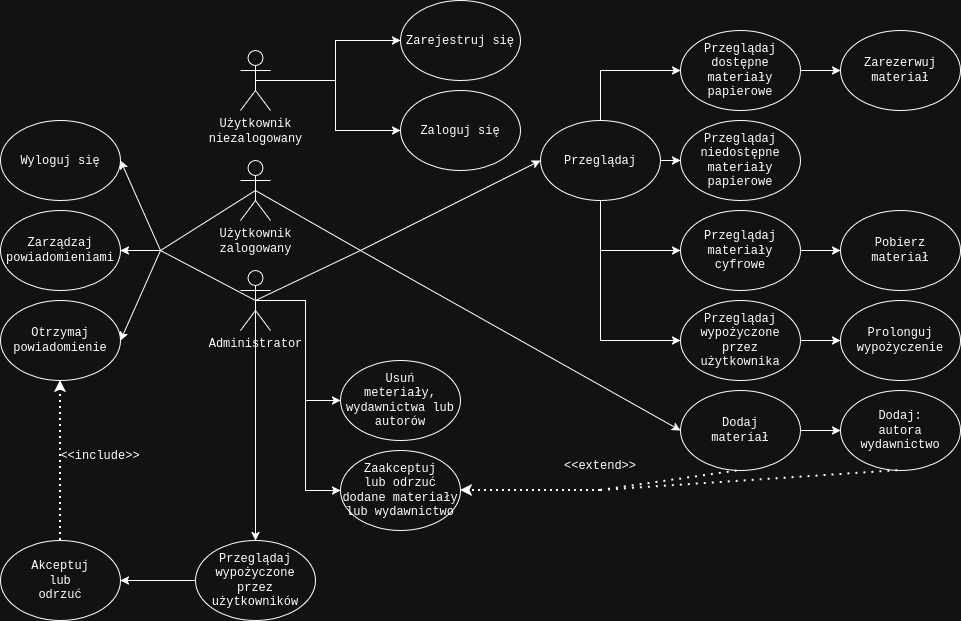
Earlier version of the draw.io export lab04/resources/diagramUzycia.png (Revilllo7/analysis-and-design-of-IT-systems-class). Source tidied: cells renumbered, new cells last; positions are measured from the earlier drawing's top-left corner, leaving out a move shared by most shapes.
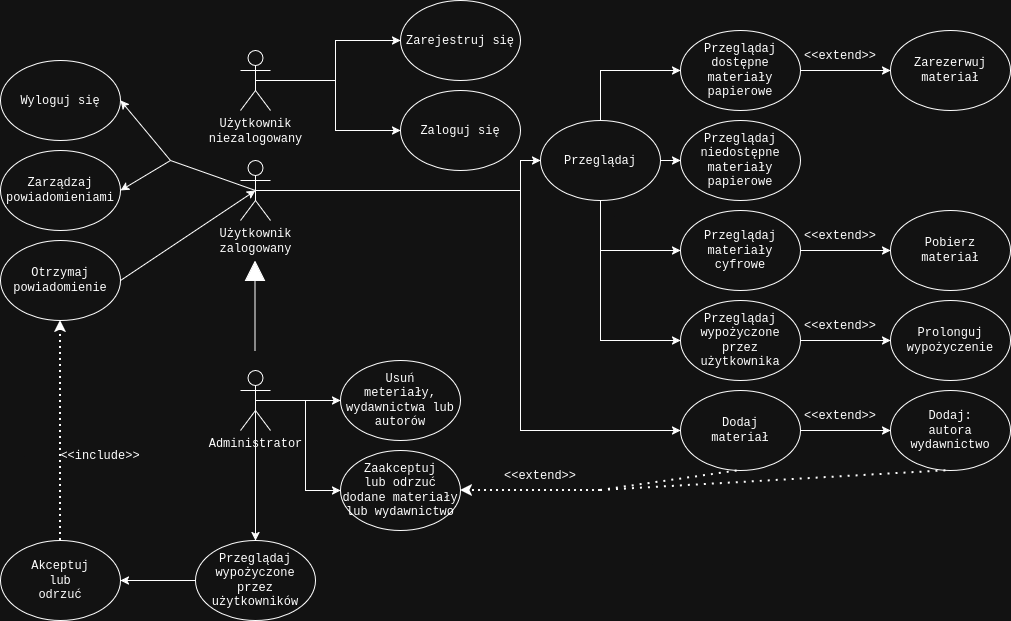
The same diagram one commit later.

Commit message:
include, exclude

The edit, as a diff of the source:
```diff
@@ -11,6 +11,22 @@
     <mxCell id="4" value="&lt;div&gt;Użytkownik&lt;/div&gt;&lt;div&gt;niezalogowany&lt;/div&gt;&lt;div&gt;&lt;br&gt;&lt;/div&gt;" style="shape=umlActor;verticalLabelPosition=bottom;verticalAlign=top;html=1;outlineConnect=0;" parent="1" vertex="1">
       <mxGeometry x="240" y="50" width="30" height="60" as="geometry" />
     </mxCell>
+    <mxCell id="53" style="edgeStyle=orthogonalEdgeStyle;rounded=0;jettySize=auto;html=1;exitX=0.5;exitY=0.5;exitDx=0;exitDy=0;exitPerimeter=0;entryX=0;entryY=0.5;entryDx=0;entryDy=0;" parent="1" edge="1" source="5" target="16">
+      <mxGeometry relative="1" as="geometry">
+        <Array as="points">
+          <mxPoint x="520" y="190" />
+          <mxPoint x="520" y="160" />
+        </Array>
+      </mxGeometry>
+    </mxCell>
+    <mxCell id="54" style="edgeStyle=orthogonalEdgeStyle;rounded=0;jettySize=auto;html=1;exitX=0.5;exitY=0.5;exitDx=0;exitDy=0;exitPerimeter=0;entryX=0;entryY=0.5;entryDx=0;entryDy=0;" parent="1" edge="1" source="5" target="28">
+      <mxGeometry relative="1" as="geometry">
+        <Array as="points">
+          <mxPoint x="520" y="190" />
+          <mxPoint x="520" y="430" />
+        </Array>
+      </mxGeometry>
+    </mxCell>
     <mxCell id="5" value="&lt;div&gt;Użytkownik&lt;/div&gt;&lt;div&gt;zalogowany&lt;/div&gt;" style="shape=umlActor;verticalLabelPosition=bottom;verticalAlign=top;html=1;outlineConnect=0;" parent="1" vertex="1">
       <mxGeometry x="240" y="160" width="30" height="60" as="geometry" />
     </mxCell>
@@ -24,7 +40,7 @@
       <mxGeometry relative="1" as="geometry" />
     </mxCell>
     <mxCell id="9" value="&lt;div&gt;Administrator&lt;/div&gt;" style="shape=umlActor;verticalLabelPosition=bottom;verticalAlign=top;html=1;outlineConnect=0;" parent="1" vertex="1">
-      <mxGeometry x="240" y="270" width="30" height="60" as="geometry" />
+      <mxGeometry x="240" y="370" width="30" height="60" as="geometry" />
     </mxCell>
     <mxCell id="10" value="Zarejestruj się" style="ellipse;whiteSpace=wrap;html=1;" parent="1" vertex="1">
       <mxGeometry x="400" width="120" height="80" as="geometry" />
@@ -63,7 +79,7 @@
       <mxGeometry x="680" y="120" width="120" height="80" as="geometry" />
     </mxCell>
     <mxCell id="22" value="&lt;div&gt;Zarezerwuj materiał&lt;/div&gt;" style="ellipse;whiteSpace=wrap;html=1;" parent="1" vertex="1">
-      <mxGeometry x="840" y="30" width="120" height="80" as="geometry" />
+      <mxGeometry x="890" y="30" width="120" height="80" as="geometry" />
     </mxCell>
     <mxCell id="23" style="edgeStyle=orthogonalEdgeStyle;rounded=0;jettySize=auto;html=1;exitX=1;exitY=0.5;exitDx=0;exitDy=0;entryX=0;entryY=0.5;entryDx=0;entryDy=0;" parent="1" edge="1" source="24" target="25">
       <mxGeometry relative="1" as="geometry" />
@@ -72,10 +88,10 @@
       <mxGeometry x="680" y="300" width="120" height="80" as="geometry" />
     </mxCell>
     <mxCell id="25" value="&lt;div&gt;Prolonguj&lt;/div&gt;&lt;div&gt;wypożyczenie&lt;/div&gt;" style="ellipse;whiteSpace=wrap;html=1;" parent="1" vertex="1">
-      <mxGeometry x="840" y="300" width="120" height="80" as="geometry" />
+      <mxGeometry x="890" y="300" width="120" height="80" as="geometry" />
     </mxCell>
     <mxCell id="26" value="&lt;div&gt;Pobierz&lt;/div&gt;&lt;div&gt;materiał&lt;/div&gt;" style="ellipse;whiteSpace=wrap;html=1;" parent="1" vertex="1">
-      <mxGeometry x="840" y="210" width="120" height="80" as="geometry" />
+      <mxGeometry x="890" y="210" width="120" height="80" as="geometry" />
     </mxCell>
     <mxCell id="27" style="edgeStyle=orthogonalEdgeStyle;rounded=0;jettySize=auto;html=1;exitX=1;exitY=0.5;exitDx=0;exitDy=0;entryX=0;entryY=0.5;entryDx=0;entryDy=0;" parent="1" edge="1" source="28" target="29">
       <mxGeometry relative="1" as="geometry" />
@@ -84,16 +100,16 @@
       <mxGeometry x="680" y="390" width="120" height="80" as="geometry" />
     </mxCell>
     <mxCell id="29" value="&lt;div&gt;Dodaj:&lt;/div&gt;&lt;div&gt;autora&lt;/div&gt;&lt;div&gt;wydawnictwo&lt;/div&gt;" style="ellipse;whiteSpace=wrap;html=1;" parent="1" vertex="1">
-      <mxGeometry x="840" y="390" width="120" height="80" as="geometry" />
+      <mxGeometry x="890" y="390" width="120" height="80" as="geometry" />
     </mxCell>
     <mxCell id="30" value="Wyloguj się" style="ellipse;whiteSpace=wrap;html=1;" parent="1" vertex="1">
-      <mxGeometry y="120" width="120" height="80" as="geometry" />
+      <mxGeometry y="60" width="120" height="80" as="geometry" />
     </mxCell>
     <mxCell id="31" value="&lt;div&gt;Otrzymaj&lt;/div&gt;&lt;div&gt;powiadomienie&lt;/div&gt;" style="ellipse;whiteSpace=wrap;html=1;" parent="1" vertex="1">
-      <mxGeometry y="300" width="120" height="80" as="geometry" />
+      <mxGeometry y="240" width="120" height="80" as="geometry" />
     </mxCell>
     <mxCell id="32" value="Zarządzaj powiadomieniami" style="ellipse;whiteSpace=wrap;html=1;" parent="1" vertex="1">
-      <mxGeometry y="210" width="120" height="80" as="geometry" />
+      <mxGeometry y="150" width="120" height="80" as="geometry" />
     </mxCell>
     <mxCell id="33" style="edgeStyle=orthogonalEdgeStyle;rounded=0;jettySize=auto;html=1;exitX=0;exitY=0.5;exitDx=0;exitDy=0;entryX=1;entryY=0.5;entryDx=0;entryDy=0;" parent="1" edge="1" source="34" target="35">
       <mxGeometry relative="1" as="geometry" />
@@ -110,52 +126,22 @@
     <mxCell id="37" value="&lt;div&gt;Usuń&lt;/div&gt;&lt;div&gt;meteriały, wydawnictwa lub autorów&lt;/div&gt;" style="ellipse;whiteSpace=wrap;html=1;" parent="1" vertex="1">
       <mxGeometry x="340" y="360" width="120" height="80" as="geometry" />
     </mxCell>
-    <mxCell id="38" style="endArrow=none;html=1;rounded=0;exitX=0.5;exitY=0.5;exitDx=0;exitDy=0;exitPerimeter=0;" parent="1" edge="1" source="5">
-      <mxGeometry relative="1" as="geometry">
-        <mxPoint x="360" y="250" as="targetPoint" />
-      </mxGeometry>
-    </mxCell>
-    <mxCell id="39" style="endArrow=none;html=1;rounded=0;exitX=0.5;exitY=0.5;exitDx=0;exitDy=0;exitPerimeter=0;" parent="1" edge="1" source="9">
-      <mxGeometry relative="1" as="geometry">
-        <mxPoint x="360" y="250" as="targetPoint" />
-      </mxGeometry>
-    </mxCell>
-    <mxCell id="40" style="endArrow=classic;html=1;rounded=0;entryX=0;entryY=0.5;entryDx=0;entryDy=0;" parent="1" edge="1" target="16">
-      <mxGeometry relative="1" as="geometry">
-        <mxPoint x="360" y="250" as="sourcePoint" />
-      </mxGeometry>
-    </mxCell>
-    <mxCell id="41" style="endArrow=classic;html=1;rounded=0;entryX=0;entryY=0.5;entryDx=0;entryDy=0;" parent="1" edge="1" target="28">
-      <mxGeometry relative="1" as="geometry">
-        <mxPoint x="360" y="250" as="sourcePoint" />
-      </mxGeometry>
-    </mxCell>
     <mxCell id="42" value="&amp;lt;&amp;lt;extend&amp;gt;&amp;gt;" style="text;html=1;whiteSpace=wrap;strokeColor=none;fillColor=none;align=center;verticalAlign=middle;rounded=0;" parent="1" vertex="1">
-      <mxGeometry x="570" y="450" width="60" height="30" as="geometry" />
+      <mxGeometry x="510" y="460" width="60" height="30" as="geometry" />
     </mxCell>
     <mxCell id="43" style="endArrow=none;html=1;rounded=0;entryX=0.5;entryY=0.5;entryDx=0;entryDy=0;entryPerimeter=0;" parent="1" edge="1" target="5">
       <mxGeometry relative="1" as="geometry">
-        <mxPoint x="160" y="250" as="sourcePoint" />
+        <mxPoint x="170" y="160" as="sourcePoint" />
       </mxGeometry>
     </mxCell>
-    <mxCell id="44" style="endArrow=none;html=1;rounded=0;entryX=0.5;entryY=0.5;entryDx=0;entryDy=0;entryPerimeter=0;" parent="1" edge="1" target="9">
-      <mxGeometry relative="1" as="geometry">
-        <mxPoint x="160" y="250" as="sourcePoint" />
-      </mxGeometry>
-    </mxCell>
-    <mxCell id="45" style="endArrow=classic;html=1;rounded=0;entryX=1;entryY=0.5;entryDx=0;entryDy=0;" parent="1" edge="1" target="31">
-      <mxGeometry relative="1" as="geometry">
-        <mxPoint x="160" y="250" as="sourcePoint" />
-      </mxGeometry>
-    </mxCell>
     <mxCell id="46" style="endArrow=classic;html=1;rounded=0;entryX=1;entryY=0.5;entryDx=0;entryDy=0;" parent="1" edge="1" target="32">
       <mxGeometry relative="1" as="geometry">
-        <mxPoint x="160" y="250" as="sourcePoint" />
+        <mxPoint x="170" y="160" as="sourcePoint" />
       </mxGeometry>
     </mxCell>
     <mxCell id="47" style="endArrow=classic;html=1;rounded=0;entryX=1;entryY=0.5;entryDx=0;entryDy=0;" parent="1" edge="1" target="30">
       <mxGeometry relative="1" as="geometry">
-        <mxPoint x="160" y="250" as="sourcePoint" />
+        <mxPoint x="170" y="160" as="sourcePoint" />
       </mxGeometry>
     </mxCell>
     <mxCell id="48" style="html=1;labelBackgroundColor=#ffffff;startArrow=none;startFill=0;startSize=6;endArrow=classic;endFill=1;endSize=6;jettySize=auto;strokeWidth=2;dashed=1;fontSize=14;rounded=0;entryX=0.5;entryY=1;entryDx=0;entryDy=0;exitX=0.5;exitY=0;exitDx=0;exitDy=0;dashPattern=1 2;" parent="1" edge="1" source="35" target="31">
@@ -179,5 +165,26 @@
         <mxPoint x="600" y="490" as="sourcePoint" />
       </mxGeometry>
     </mxCell>
+    <mxCell id="55" style="endArrow=block;html=1;rounded=0;endFill=1;endSize=18;" parent="1" edge="1">
+      <mxGeometry relative="1" as="geometry">
+        <mxPoint x="254.5" y="350" as="sourcePoint" />
+        <mxPoint x="254.5" y="260" as="targetPoint" />
+      </mxGeometry>
+    </mxCell>
+    <mxCell id="56" style="endArrow=classic;html=1;rounded=0;exitX=1;exitY=0.5;exitDx=0;exitDy=0;entryX=0.5;entryY=0.5;entryDx=0;entryDy=0;entryPerimeter=0;" parent="1" edge="1" source="31" target="5">
+      <mxGeometry relative="1" as="geometry" />
+    </mxCell>
+    <mxCell id="57" value="&amp;lt;&amp;lt;extend&amp;gt;&amp;gt;" style="text;html=1;whiteSpace=wrap;strokeColor=none;fillColor=none;align=center;verticalAlign=middle;rounded=0;" parent="1" vertex="1">
+      <mxGeometry x="810" y="40" width="60" height="30" as="geometry" />
+    </mxCell>
+    <mxCell id="58" value="&amp;lt;&amp;lt;extend&amp;gt;&amp;gt;" style="text;html=1;whiteSpace=wrap;strokeColor=none;fillColor=none;align=center;verticalAlign=middle;rounded=0;" parent="1" vertex="1">
+      <mxGeometry x="810" y="220" width="60" height="30" as="geometry" />
+    </mxCell>
+    <mxCell id="59" value="&amp;lt;&amp;lt;extend&amp;gt;&amp;gt;" style="text;html=1;whiteSpace=wrap;strokeColor=none;fillColor=none;align=center;verticalAlign=middle;rounded=0;" parent="1" vertex="1">
+      <mxGeometry x="810" y="310" width="60" height="30" as="geometry" />
+    </mxCell>
+    <mxCell id="60" value="&amp;lt;&amp;lt;extend&amp;gt;&amp;gt;" style="text;html=1;whiteSpace=wrap;strokeColor=none;fillColor=none;align=center;verticalAlign=middle;rounded=0;" parent="1" vertex="1">
+      <mxGeometry x="810" y="400" width="60" height="30" as="geometry" />
+    </mxCell>
   </root>
 </mxGraphModel>
```
